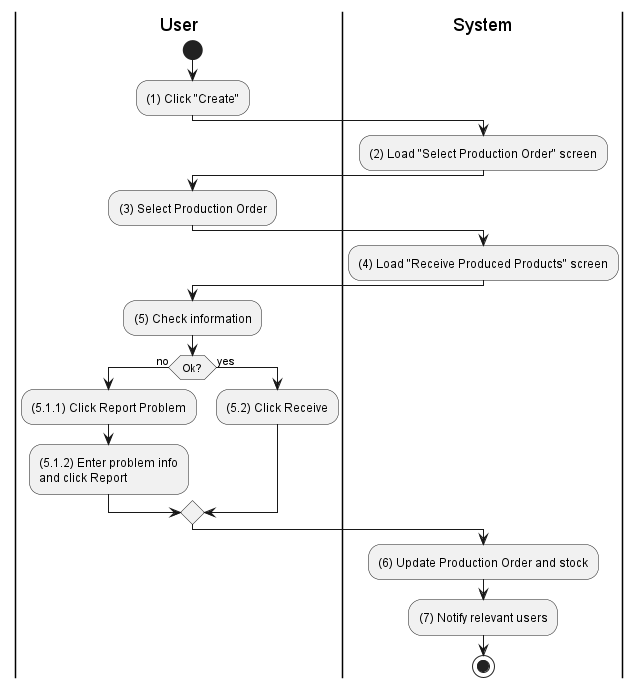
Above: activities/inventory-product-receive.png in phihungha/scmss-reqs (PlantUML), before the change. Its diagram source:
```plantuml
@startuml inventory-product-receive
|u|User
|s|System

|u|
start
:(1) Click "Create";

|s|
:(2) Load "Select Production Order" screen;

|u|
:(3) Select Production Order;

|s|
:(4) Load "Receive Produced Products" screen;

|u|
:(5) Check information;

if (Ok?) then (no)
    |u|
    :(5.1.1) Click Report Problem;
    :(5.1.2) Enter problem info\nand click Report;
else (yes)
    |u|
    :(5.2) Click Receive;
endif

|s|
:(6) Update Production Order and stock;
:(7) Notify relevant users;
stop
@enduml
```
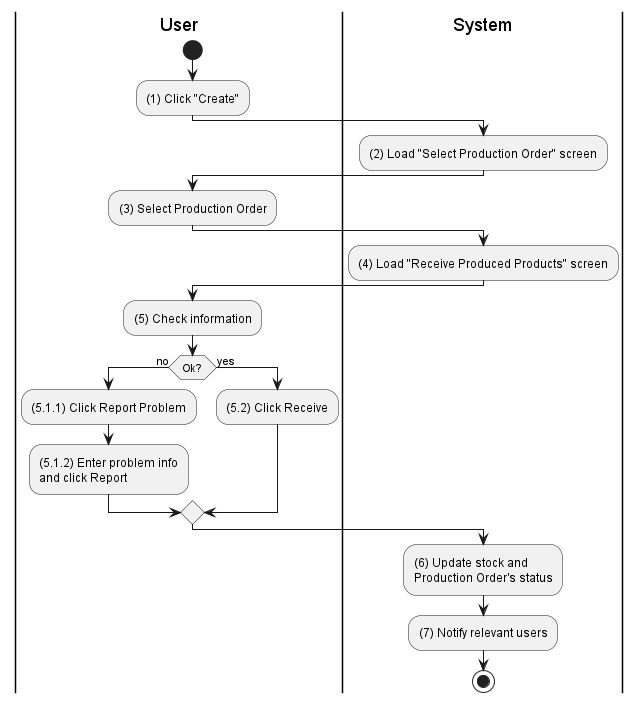
Above is the later version.

Diff of the diagram source:
```diff
@@ -28,7 +28,7 @@
 endif
 
 |s|
-:(6) Update Production Order and stock;
+:(6) Update stock and\nProduction Order's status;
 :(7) Notify relevant users;
 stop
 @enduml
```
